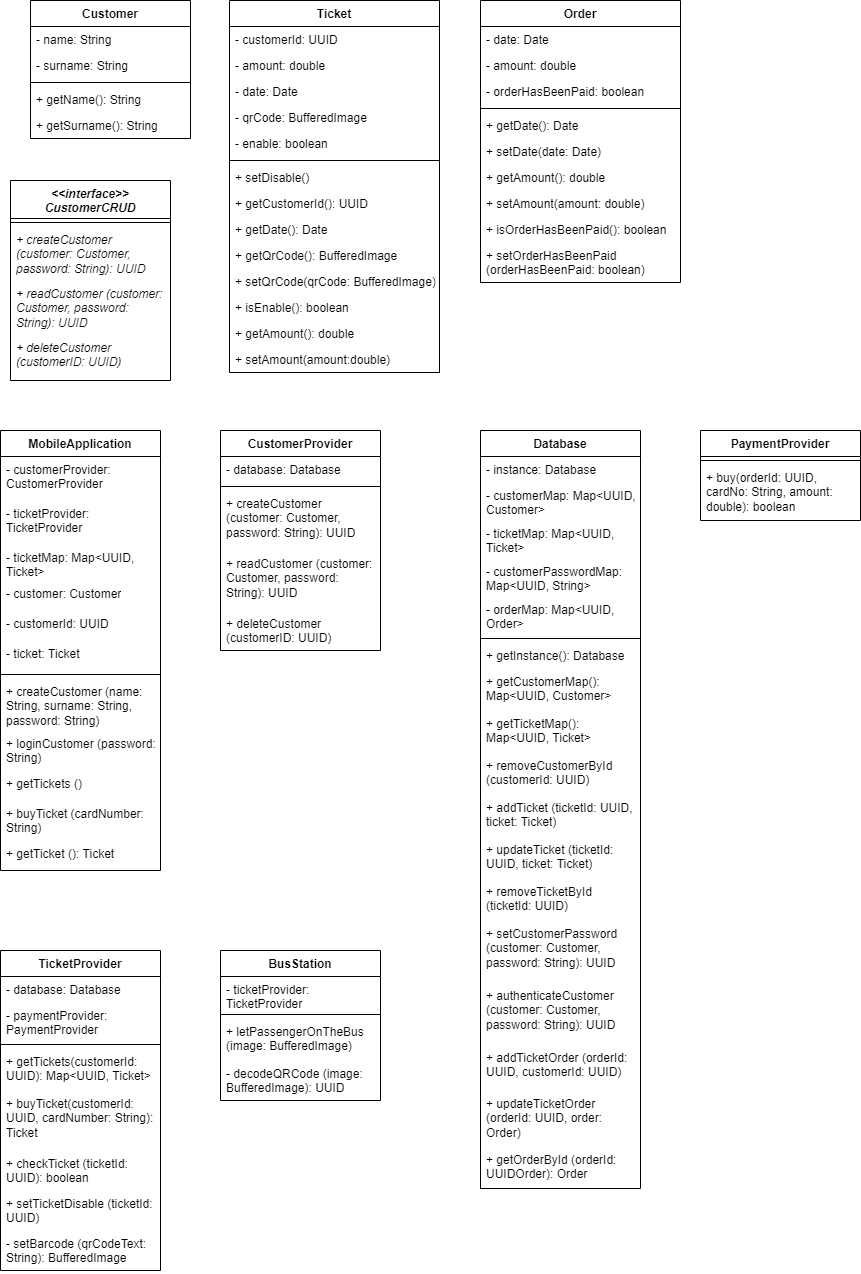
Above: src/main/java/ticketservice/UMLDiagram.png in blinktreeman/softwareArchitecturePart4 (draw.io), before the change. Source tidied: cells renumbered, new cells last; positions are measured from the earlier drawing's top-left corner, leaving out a move shared by most shapes.
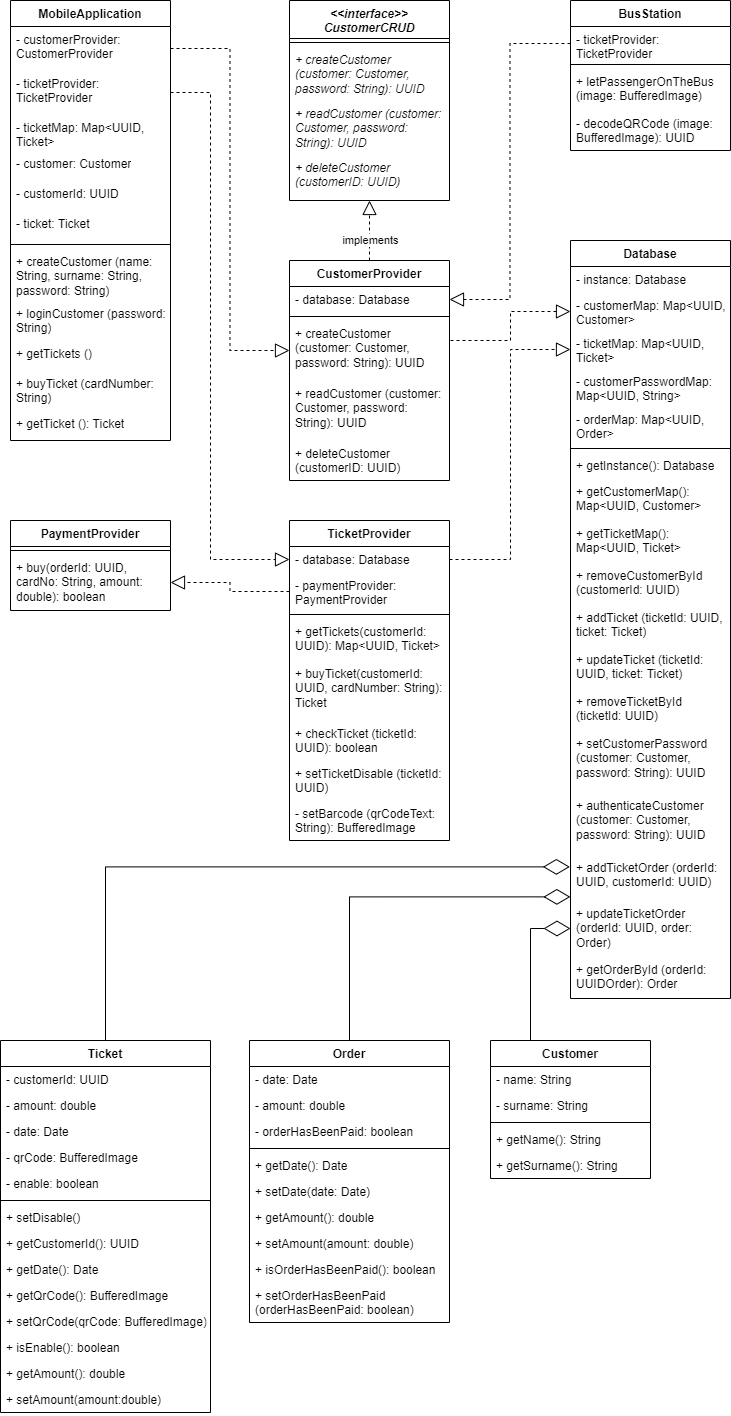
Above is the later version.

The edit, as a diff of the source:
```diff
@@ -3,7 +3,7 @@
     <mxCell id="0" />
     <mxCell id="1" parent="0" />
     <mxCell id="2" value="Customer" style="swimlane;fontStyle=1;align=center;verticalAlign=top;horizontal=1;startSize=26;" parent="1" vertex="1">
-      <mxGeometry x="30" width="160" height="138" as="geometry" />
+      <mxGeometry x="480" y="1470" width="160" height="138" as="geometry" />
     </mxCell>
     <mxCell id="3" value="- name: String" style="text;strokeColor=none;fillColor=none;align=left;verticalAlign=top;spacingLeft=4;spacingRight=4;overflow=hidden;" parent="2" vertex="1">
       <mxGeometry y="26" width="160" height="26" as="geometry" />
@@ -21,7 +21,7 @@
       <mxGeometry y="112" width="160" height="26" as="geometry" />
     </mxCell>
     <mxCell id="8" value="Ticket" style="swimlane;fontStyle=1;align=center;verticalAlign=top;horizontal=1;startSize=26;" parent="1" vertex="1">
-      <mxGeometry x="229" width="210" height="372" as="geometry" />
+      <mxGeometry x="-10" y="1470" width="210" height="372" as="geometry" />
     </mxCell>
     <mxCell id="9" value="- customerId: UUID" style="text;strokeColor=none;fillColor=none;align=left;verticalAlign=top;spacingLeft=4;spacingRight=4;overflow=hidden;" parent="8" vertex="1">
       <mxGeometry y="26" width="210" height="26" as="geometry" />
@@ -66,7 +66,7 @@
       <mxGeometry y="346" width="210" height="26" as="geometry" />
     </mxCell>
     <mxCell id="23" value="Order" style="swimlane;fontStyle=1;align=center;verticalAlign=top;horizontal=1;startSize=26;" parent="1" vertex="1">
-      <mxGeometry x="480" width="200" height="282" as="geometry" />
+      <mxGeometry x="239" y="1470" width="200" height="282" as="geometry" />
     </mxCell>
     <mxCell id="24" value="- date: Date" style="text;strokeColor=none;fillColor=none;align=left;verticalAlign=top;spacingLeft=4;spacingRight=4;overflow=hidden;" parent="23" vertex="1">
       <mxGeometry y="26" width="200" height="26" as="geometry" />
@@ -99,7 +99,7 @@
       <mxGeometry y="242" width="200" height="40" as="geometry" />
     </mxCell>
     <mxCell id="34" value="&lt;&lt;interface&gt;&gt;&#10;CustomerCRUD" style="swimlane;fontStyle=3;align=center;verticalAlign=top;horizontal=1;startSize=38;" parent="1" vertex="1">
-      <mxGeometry x="10" y="180" width="160" height="200" as="geometry" />
+      <mxGeometry x="279" y="430" width="160" height="200" as="geometry" />
     </mxCell>
     <mxCell id="35" style="line;strokeWidth=1;fillColor=none;align=left;verticalAlign=middle;spacingTop=-1;spacingLeft=3;spacingRight=3;labelPosition=right;" parent="34" vertex="1">
       <mxGeometry y="38" width="160" height="8" as="geometry" />
@@ -153,7 +153,7 @@
       <mxGeometry y="410" width="160" height="30" as="geometry" />
     </mxCell>
     <mxCell id="52" value="CustomerProvider" style="swimlane;fontStyle=1;align=center;verticalAlign=top;horizontal=1;startSize=26;whiteSpace=wrap;" parent="1" vertex="1">
-      <mxGeometry x="220" y="430" width="160" height="220" as="geometry" />
+      <mxGeometry x="279" y="690" width="160" height="220" as="geometry" />
     </mxCell>
     <mxCell id="53" value="- database: Database" style="text;strokeColor=none;fillColor=none;align=left;verticalAlign=top;spacingLeft=4;spacingRight=4;overflow=hidden;points=[[0,0.5],[1,0.5]];portConstraint=eastwest;" parent="52" vertex="1">
       <mxGeometry y="26" width="160" height="26" as="geometry" />
@@ -171,7 +171,7 @@
       <mxGeometry y="180" width="160" height="40" as="geometry" />
     </mxCell>
     <mxCell id="58" value="Database" style="swimlane;fontStyle=1;align=center;verticalAlign=top;horizontal=1;startSize=26;" parent="1" vertex="1">
-      <mxGeometry x="480" y="430" width="160" height="758" as="geometry" />
+      <mxGeometry x="560" y="670" width="160" height="758" as="geometry" />
     </mxCell>
     <mxCell id="59" value="- instance: Database" style="text;strokeColor=none;fillColor=none;align=left;verticalAlign=top;spacingLeft=4;spacingRight=4;overflow=hidden;" parent="58" vertex="1">
       <mxGeometry y="26" width="160" height="26" as="geometry" />
@@ -228,7 +228,7 @@
       <mxGeometry y="716" width="160" height="42" as="geometry" />
     </mxCell>
     <mxCell id="77" value="PaymentProvider" style="swimlane;fontStyle=1;align=center;verticalAlign=top;horizontal=1;startSize=26;" parent="1" vertex="1">
-      <mxGeometry x="700" y="430" width="160" height="90" as="geometry" />
+      <mxGeometry y="950" width="160" height="90" as="geometry" />
     </mxCell>
     <mxCell id="78" style="line;strokeWidth=1;fillColor=none;align=left;verticalAlign=middle;spacingTop=-1;spacingLeft=3;spacingRight=3;labelPosition=right;" parent="77" vertex="1">
       <mxGeometry y="26" width="160" height="8" as="geometry" />
@@ -237,7 +237,7 @@
       <mxGeometry y="34" width="160" height="56" as="geometry" />
     </mxCell>
     <mxCell id="80" value="TicketProvider" style="swimlane;fontStyle=1;align=center;verticalAlign=top;horizontal=1;startSize=26;" parent="1" vertex="1">
-      <mxGeometry y="950" width="160" height="320" as="geometry" />
+      <mxGeometry x="279" y="950" width="160" height="320" as="geometry" />
     </mxCell>
     <mxCell id="81" value="- database: Database" style="text;strokeColor=none;fillColor=none;align=left;verticalAlign=top;spacingLeft=4;spacingRight=4;overflow=hidden;points=[[0,0.5],[1,0.5]];portConstraint=eastwest;" parent="80" vertex="1">
       <mxGeometry y="26" width="160" height="26" as="geometry" />
@@ -264,7 +264,7 @@
       <mxGeometry y="280" width="160" height="40" as="geometry" />
     </mxCell>
     <mxCell id="89" value="BusStation" style="swimlane;fontStyle=1;align=center;verticalAlign=top;horizontal=1;startSize=26;" parent="1" vertex="1">
-      <mxGeometry x="220" y="950" width="160" height="150" as="geometry" />
+      <mxGeometry x="560" y="430" width="160" height="150" as="geometry" />
     </mxCell>
     <mxCell id="90" value="- ticketProvider: TicketProvider" style="text;strokeColor=none;fillColor=none;align=left;verticalAlign=top;spacingLeft=4;spacingRight=4;overflow=hidden;points=[[0,0.5],[1,0.5]];portConstraint=eastwest;whiteSpace=wrap;" parent="89" vertex="1">
       <mxGeometry y="26" width="160" height="34" as="geometry" />
@@ -278,5 +278,56 @@
     <mxCell id="93" value="- decodeQRCode (image: BufferedImage): UUID" style="text;strokeColor=none;fillColor=none;align=left;verticalAlign=top;spacingLeft=4;spacingRight=4;overflow=hidden;whiteSpace=wrap;" parent="89" vertex="1">
       <mxGeometry y="110" width="160" height="40" as="geometry" />
     </mxCell>
+    <mxCell id="94" style="endArrow=block;dashed=1;endFill=0;endSize=12;html=1;rounded=0;exitX=0.5;exitY=0;exitDx=0;exitDy=0;" parent="1" edge="1" source="52">
+      <mxGeometry relative="1" as="geometry">
+        <mxPoint x="359" y="630" as="targetPoint" />
+      </mxGeometry>
+    </mxCell>
+    <mxCell id="95" value="implements" style="edgeLabel;html=1;align=center;verticalAlign=middle;" parent="94" vertex="1">
+      <mxGeometry x="-0.29" relative="1" as="geometry" />
+    </mxCell>
+    <mxCell id="96" style="endArrow=diamondThin;endFill=0;endSize=24;html=1;rounded=0;entryX=0;entryY=0.5;entryDx=0;entryDy=0;exitX=0.25;exitY=0;exitDx=0;exitDy=0;edgeStyle=orthogonalEdgeStyle;" parent="1" edge="1" source="2" target="75">
+      <mxGeometry relative="1" as="geometry" />
+    </mxCell>
+    <mxCell id="97" style="endArrow=diamondThin;endFill=0;endSize=24;html=1;rounded=0;entryX=-0.001;entryY=0.921;entryDx=0;entryDy=0;exitX=0.5;exitY=0;exitDx=0;exitDy=0;edgeStyle=orthogonalEdgeStyle;entryPerimeter=0;" parent="1" edge="1" source="23" target="74">
+      <mxGeometry relative="1" as="geometry" />
+    </mxCell>
+    <mxCell id="98" style="endArrow=diamondThin;endFill=0;endSize=24;html=1;rounded=0;exitX=0.5;exitY=0;exitDx=0;exitDy=0;entryX=-0.004;entryY=0.269;entryDx=0;entryDy=0;entryPerimeter=0;edgeStyle=orthogonalEdgeStyle;" parent="1" edge="1" source="8" target="74">
+      <mxGeometry relative="1" as="geometry" />
+    </mxCell>
+    <mxCell id="99" style="endArrow=block;dashed=1;endFill=0;endSize=12;html=1;rounded=0;entryX=0;entryY=0.5;entryDx=0;entryDy=0;edgeStyle=orthogonalEdgeStyle;" parent="1" edge="1" target="60">
+      <mxGeometry relative="1" as="geometry">
+        <mxPoint x="440" y="770" as="sourcePoint" />
+        <Array as="points">
+          <mxPoint x="500" y="770" />
+          <mxPoint x="500" y="741" />
+        </Array>
+      </mxGeometry>
+    </mxCell>
+    <mxCell id="100" style="endArrow=block;dashed=1;endFill=0;endSize=12;html=1;rounded=0;entryX=1;entryY=0.5;entryDx=0;entryDy=0;exitX=0;exitY=0.5;exitDx=0;exitDy=0;edgeStyle=orthogonalEdgeStyle;" parent="1" edge="1" source="90" target="53">
+      <mxGeometry relative="1" as="geometry" />
+    </mxCell>
+    <mxCell id="101" style="endArrow=block;dashed=1;endFill=0;endSize=12;html=1;rounded=0;entryX=1;entryY=0.5;entryDx=0;entryDy=0;exitX=0;exitY=0.5;exitDx=0;exitDy=0;edgeStyle=orthogonalEdgeStyle;" parent="1" edge="1" source="82" target="79">
+      <mxGeometry relative="1" as="geometry" />
+    </mxCell>
+    <mxCell id="102" style="endArrow=block;dashed=1;endFill=0;endSize=12;html=1;rounded=0;entryX=0;entryY=0.5;entryDx=0;entryDy=0;edgeStyle=orthogonalEdgeStyle;exitX=1;exitY=0.5;exitDx=0;exitDy=0;" parent="1" edge="1" source="81" target="61">
+      <mxGeometry relative="1" as="geometry">
+        <Array as="points">
+          <mxPoint x="500" y="989" />
+          <mxPoint x="500" y="779" />
+        </Array>
+      </mxGeometry>
+    </mxCell>
+    <mxCell id="103" style="endArrow=block;dashed=1;endFill=0;endSize=12;html=1;rounded=0;exitX=1;exitY=0.5;exitDx=0;exitDy=0;entryX=0;entryY=0.5;entryDx=0;entryDy=0;edgeStyle=orthogonalEdgeStyle;" parent="1" edge="1" source="40" target="55">
+      <mxGeometry relative="1" as="geometry" />
+    </mxCell>
+    <mxCell id="104" style="endArrow=block;dashed=1;endFill=0;endSize=12;html=1;rounded=0;exitX=1;exitY=0.5;exitDx=0;exitDy=0;entryX=0;entryY=0.5;entryDx=0;entryDy=0;edgeStyle=orthogonalEdgeStyle;" parent="1" edge="1" source="41" target="81">
+      <mxGeometry relative="1" as="geometry">
+        <Array as="points">
+          <mxPoint x="200" y="522" />
+          <mxPoint x="200" y="989" />
+        </Array>
+      </mxGeometry>
+    </mxCell>
   </root>
 </mxGraphModel>
```
